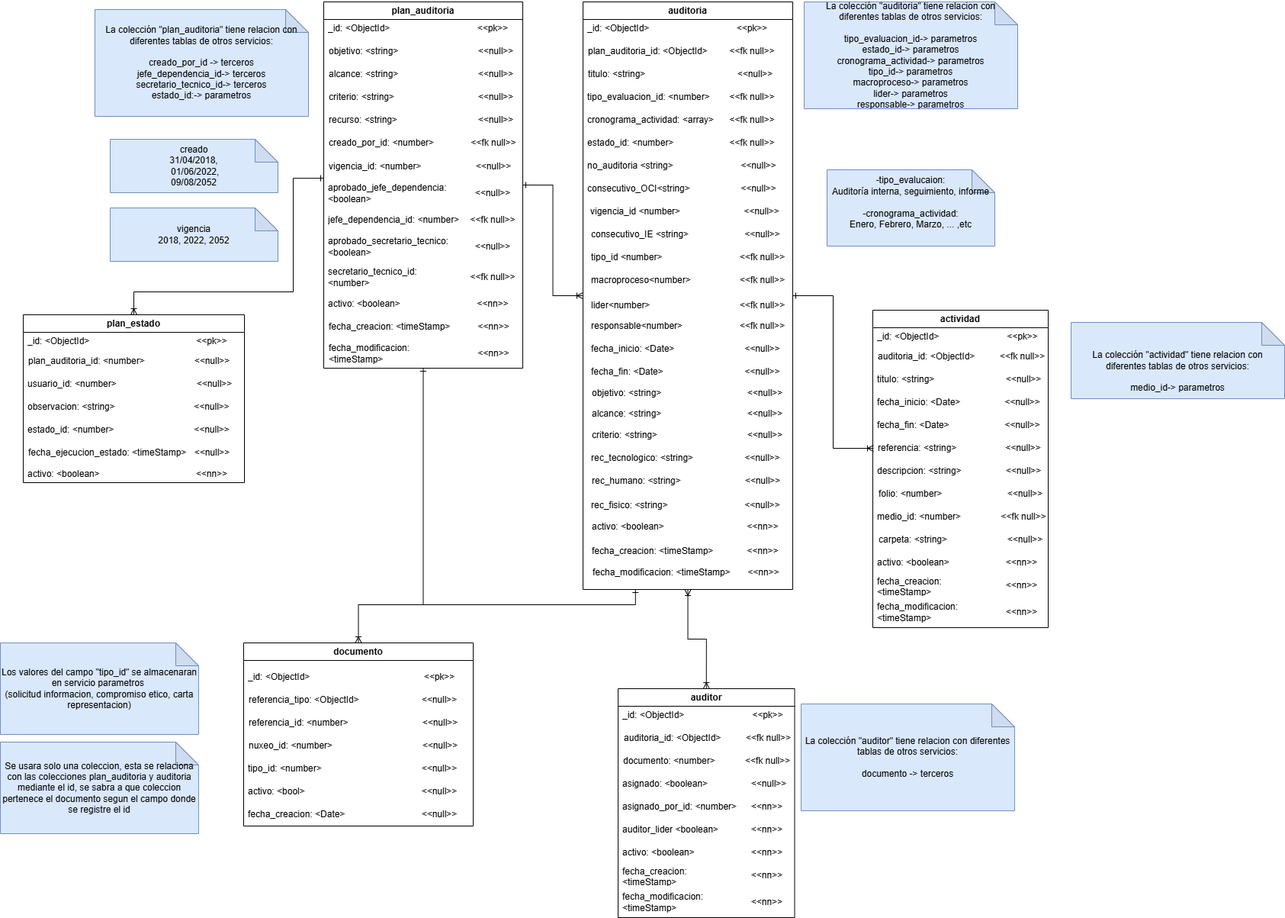
Above: database/plan_anual_de_auditoría_V5.png in udistrital/plan_anual_auditoria_crud (draw.io), before the change. Source tidied: cells renumbered, new cells last; positions are measured from the earlier drawing's top-left corner, leaving out a move shared by most shapes.
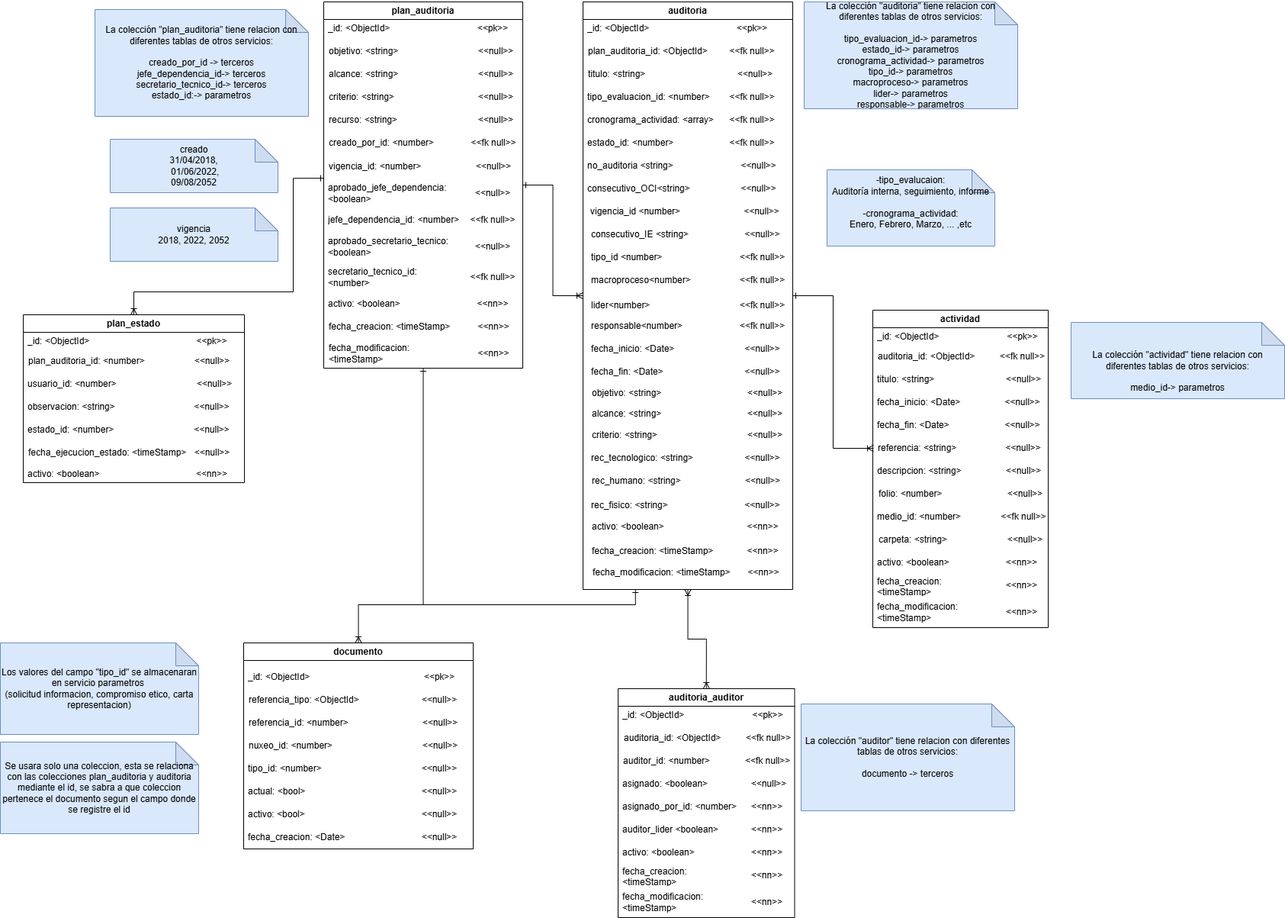
The same diagram one commit later.

Commit message:
fix: se cambia campo documento_id udistrital/sisifo_documentacion#307

Diff of the diagram source:
```diff
@@ -605,7 +605,7 @@
       </mxGeometry>
     </mxCell>
     <mxCell id="197" value="documento" style="swimlane;whiteSpace=wrap;html=1;" parent="1" vertex="1">
-      <mxGeometry x="319" y="840" width="301" height="240" as="geometry" />
+      <mxGeometry x="319" y="840" width="301" height="270" as="geometry" />
     </mxCell>
     <mxCell id="198" style="group;fontStyle=1;" parent="197" vertex="1">
       <mxGeometry x="0.5" y="60" width="300" height="30" as="geometry" />
@@ -644,7 +644,7 @@
       <mxGeometry x="212.5" width="87.5" height="30" as="geometry" />
     </mxCell>
     <mxCell id="210" style="group;fontStyle=1;" parent="197" vertex="1">
-      <mxGeometry y="180" width="300" height="30" as="geometry" />
+      <mxGeometry y="210" width="300" height="30" as="geometry" />
     </mxCell>
     <mxCell id="211" value="activo:&amp;nbsp;&lt;span style=&quot;text-align: center;&quot;&gt;&amp;lt;&lt;/span&gt;bool&lt;span style=&quot;text-align: center;&quot;&gt;&amp;gt;&lt;/span&gt;" style="text;strokeColor=none;fillColor=none;align=left;verticalAlign=middle;spacingLeft=4;spacingRight=4;overflow=hidden;whiteSpace=wrap;html=1;" parent="210" vertex="1">
       <mxGeometry width="212.5" height="30" as="geometry" />
@@ -662,7 +662,7 @@
       <mxGeometry x="212.5" width="87.5" height="30" as="geometry" />
     </mxCell>
     <mxCell id="216" style="group;fontStyle=1;" parent="197" vertex="1">
-      <mxGeometry y="210" width="300" height="30" as="geometry" />
+      <mxGeometry y="240" width="300" height="30" as="geometry" />
     </mxCell>
     <mxCell id="217" value="fecha_creacion:&amp;nbsp;&lt;span style=&quot;text-align: center;&quot;&gt;&amp;lt;Date&lt;/span&gt;&lt;span style=&quot;text-align: center;&quot;&gt;&amp;gt;&lt;/span&gt;" style="text;strokeColor=none;fillColor=none;align=left;verticalAlign=middle;spacingLeft=4;spacingRight=4;overflow=hidden;whiteSpace=wrap;html=1;" parent="216" vertex="1">
       <mxGeometry width="212.5" height="30" as="geometry" />
@@ -670,7 +670,16 @@
     <mxCell id="218" value="&amp;lt;&amp;lt;null&amp;gt;&amp;gt;" style="text;html=1;align=center;verticalAlign=middle;whiteSpace=wrap;rounded=0;" parent="216" vertex="1">
       <mxGeometry x="212.5" width="87.5" height="30" as="geometry" />
     </mxCell>
+    <mxCell id="248" style="group;fontStyle=1;" parent="197" vertex="1">
+      <mxGeometry y="180" width="300" height="30" as="geometry" />
+    </mxCell>
+    <mxCell id="249" value="actual:&amp;nbsp;&lt;span style=&quot;text-align: center;&quot;&gt;&amp;lt;&lt;/span&gt;bool&lt;span style=&quot;text-align: center;&quot;&gt;&amp;gt;&lt;/span&gt;" style="text;strokeColor=none;fillColor=none;align=left;verticalAlign=middle;spacingLeft=4;spacingRight=4;overflow=hidden;whiteSpace=wrap;html=1;" parent="248" vertex="1">
+      <mxGeometry width="212.5" height="30" as="geometry" />
+    </mxCell>
+    <mxCell id="250" value="&amp;lt;&amp;lt;null&amp;gt;&amp;gt;" style="text;html=1;align=center;verticalAlign=middle;whiteSpace=wrap;rounded=0;" parent="248" vertex="1">
+      <mxGeometry x="212.5" width="87.5" height="30" as="geometry" />
+    </mxCell>
-    <mxCell id="219" value="auditor" style="swimlane;whiteSpace=wrap;html=1;" parent="1" vertex="1">
+    <mxCell id="219" value="auditoria_auditor" style="swimlane;whiteSpace=wrap;html=1;" parent="1" vertex="1">
       <mxGeometry x="810" y="900" width="231.5" height="300" as="geometry" />
     </mxCell>
     <mxCell id="220" style="group;" parent="219" vertex="1">
@@ -721,7 +730,7 @@
     <mxCell id="235" style="group;" parent="219" vertex="1">
       <mxGeometry x="1" y="80" width="229" height="30" as="geometry" />
     </mxCell>
-    <mxCell id="236" value="documento: &amp;lt;number&amp;gt;" style="text;strokeColor=none;fillColor=none;align=left;verticalAlign=middle;spacingLeft=4;spacingRight=4;overflow=hidden;whiteSpace=wrap;html=1;" parent="235" vertex="1">
+    <mxCell id="236" value="auditor_id: &amp;lt;number&amp;gt;" style="text;strokeColor=none;fillColor=none;align=left;verticalAlign=middle;spacingLeft=4;spacingRight=4;overflow=hidden;whiteSpace=wrap;html=1;" parent="235" vertex="1">
       <mxGeometry width="162.2" height="30" as="geometry" />
     </mxCell>
     <mxCell id="237" value="&amp;lt;&amp;lt;fk null&amp;gt;&amp;gt;" style="text;html=1;align=center;verticalAlign=middle;whiteSpace=wrap;rounded=0;" parent="235" vertex="1">
```
